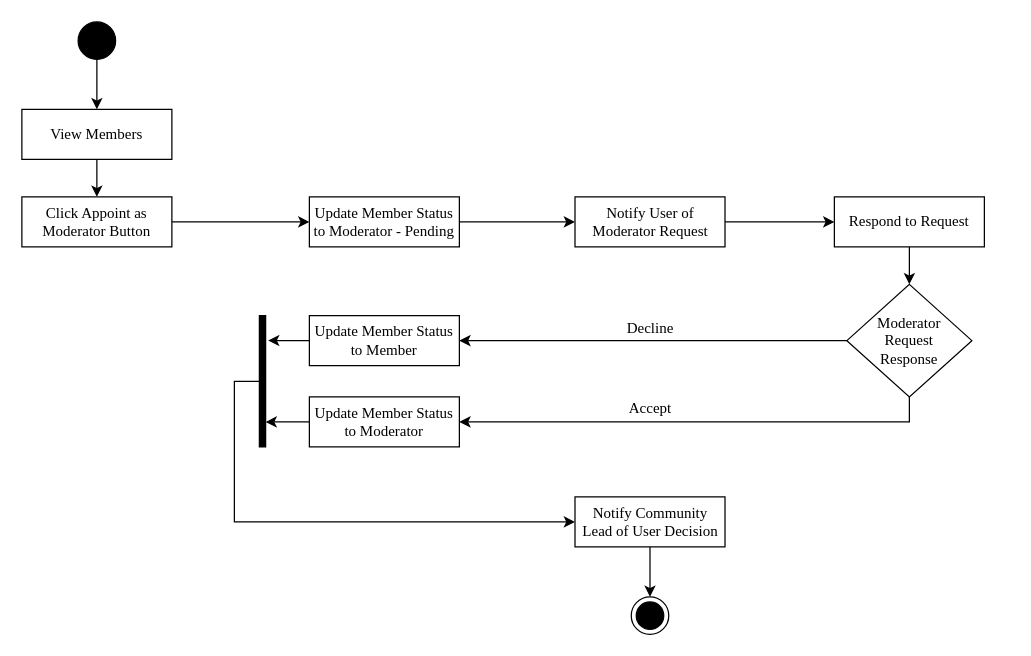
Above: page "ModeratorRequest" (6 of 13) of ConnexUs_Chap3.drawio in gvillanueva01/ConnexUs_diagrams (draw.io), before the change. Source tidied: cells renumbered, new cells numbered last; positions are measured from the earlier drawing's top-left corner, leaving out a move shared by most shapes. Both pictures are drawn from the tidied source at 125%, with x=0, y=0 at pixel (21, 21).
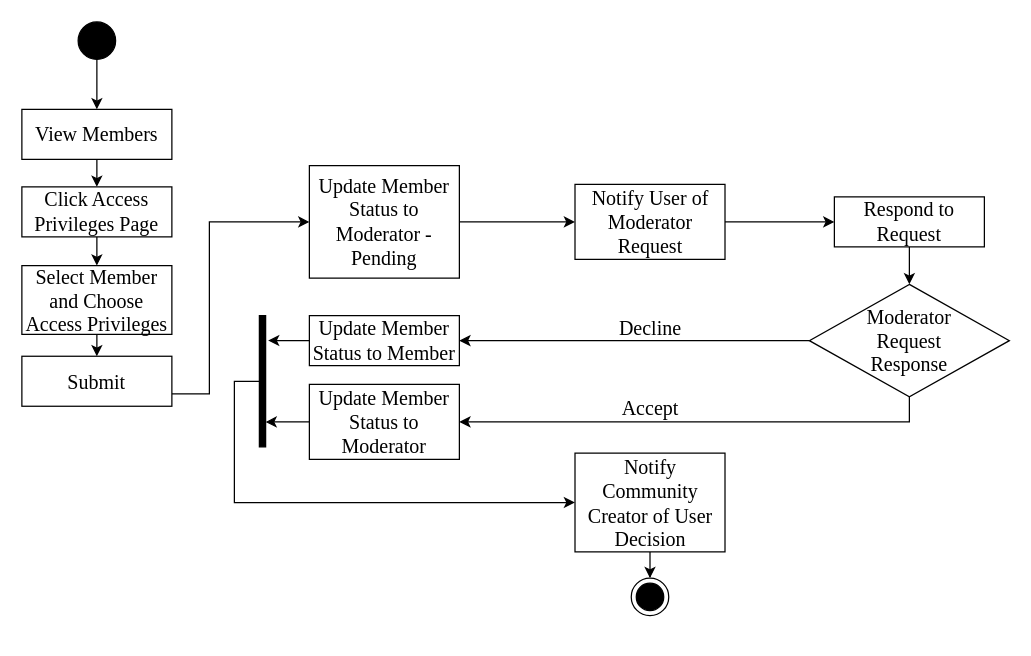
Above is the later version.

Change to the diagram source:
```diff
@@
-    <mxCell id="2" style="edgeStyle=orthogonalEdgeStyle;rounded=0;jettySize=auto;html=1;" parent="1" edge="1" source="3" target="5">
+    <mxCell id="2" style="edgeStyle=orthogonalEdgeStyle;rounded=0;jettySize=auto;html=1;fontSize=16;" parent="1" edge="1" source="3" target="5">
       <mxGeometry relative="1" as="geometry" />
     </mxCell>
-    <mxCell id="3" style="ellipse;fillColor=strokeColor;html=1;" parent="1" vertex="1">
+    <mxCell id="3" style="ellipse;fillColor=strokeColor;html=1;fontSize=16;" parent="1" vertex="1">
       <mxGeometry x="45" width="30" height="30" as="geometry" />
     </mxCell>
-    <mxCell id="4" style="edgeStyle=orthogonalEdgeStyle;rounded=0;jettySize=auto;html=1;" parent="1" edge="1" source="5" target="14">
+    <mxCell id="4" style="edgeStyle=orthogonalEdgeStyle;rounded=0;jettySize=auto;html=1;fontSize=16;" parent="1" edge="1" source="5" target="14">
       <mxGeometry relative="1" as="geometry" />
     </mxCell>
-    <mxCell id="5" value="View Members" style="rounded=0;whiteSpace=wrap;html=1;fontFamily=Times New Roman;" parent="1" vertex="1">
+    <mxCell id="5" value="View Members" style="rounded=0;whiteSpace=wrap;html=1;fontFamily=Times New Roman;fontSize=16;" parent="1" vertex="1">
       <mxGeometry y="70" width="120" height="40" as="geometry" />
     </mxCell>
-    <mxCell id="6" style="edgeStyle=orthogonalEdgeStyle;rounded=0;jettySize=auto;html=1;entryX=1;entryY=0.5;entryDx=0;entryDy=0;" parent="1" edge="1" source="8" target="22">
+    <mxCell id="6" style="edgeStyle=orthogonalEdgeStyle;rounded=0;jettySize=auto;html=1;entryX=1;entryY=0.5;entryDx=0;entryDy=0;fontSize=16;" parent="1" edge="1" source="8" target="22">
       <mxGeometry relative="1" as="geometry" />
     </mxCell>
-    <mxCell id="7" style="edgeStyle=orthogonalEdgeStyle;rounded=0;jettySize=auto;html=1;" parent="1" edge="1" source="8" target="24">
+    <mxCell id="7" style="edgeStyle=orthogonalEdgeStyle;rounded=0;jettySize=auto;html=1;fontSize=16;" parent="1" edge="1" source="8" target="24">
       <mxGeometry relative="1" as="geometry">
         <Array as="points">
           <mxPoint x="710" y="320" />
         </Array>
       </mxGeometry>
     </mxCell>
-    <mxCell id="8" value="&lt;font face=&quot;Times New Roman&quot;&gt;Moderator&lt;br&gt;Request&lt;br&gt;Response&lt;/font&gt;" style="shape=rhombus;html=1;dashed=0;whiteSpace=wrap;perimeter=rhombusPerimeter;" parent="1" vertex="1">
-      <mxGeometry x="660" y="210" width="100" height="90" as="geometry" />
+    <mxCell id="8" value="&lt;font face=&quot;Times New Roman&quot; style=&quot;font-size: 16px;&quot;&gt;Moderator&lt;br style=&quot;font-size: 16px;&quot;&gt;Request&lt;br style=&quot;font-size: 16px;&quot;&gt;Response&lt;/font&gt;" style="shape=rhombus;html=1;dashed=0;whiteSpace=wrap;perimeter=rhombusPerimeter;fontSize=16;" parent="1" vertex="1">
+      <mxGeometry x="630" y="210" width="160" height="90" as="geometry" />
     </mxCell>
-    <mxCell id="9" style="edgeStyle=orthogonalEdgeStyle;rounded=0;jettySize=auto;html=1;entryX=0;entryY=0.5;entryDx=0;entryDy=0;" parent="1" edge="1" source="10" target="26">
+    <mxCell id="9" style="edgeStyle=orthogonalEdgeStyle;rounded=0;jettySize=auto;html=1;entryX=0;entryY=0.5;entryDx=0;entryDy=0;fontSize=16;" parent="1" edge="1" source="10" target="26">
       <mxGeometry relative="1" as="geometry">
         <Array as="points">
           <mxPoint x="170" y="288" />
-          <mxPoint x="170" y="400" />
+          <mxPoint x="170" y="385" />
         </Array>
       </mxGeometry>
     </mxCell>
-    <mxCell id="10" style="html=1;points=[];perimeter=orthogonalPerimeter;fillColor=strokeColor;" parent="1" vertex="1">
+    <mxCell id="10" style="html=1;points=[];perimeter=orthogonalPerimeter;fillColor=strokeColor;fontSize=16;" parent="1" vertex="1">
       <mxGeometry x="190" y="235" width="5" height="105" as="geometry" />
     </mxCell>
-    <mxCell id="11" style="ellipse;html=1;shape=endState;fillColor=strokeColor;" parent="1" vertex="1">
-      <mxGeometry x="487.5" y="460" width="30" height="30" as="geometry" />
+    <mxCell id="11" style="ellipse;html=1;shape=endState;fillColor=strokeColor;fontSize=16;" parent="1" vertex="1">
+      <mxGeometry x="487.5" y="445" width="30" height="30" as="geometry" />
     </mxCell>
-    <mxCell id="12" value="Decline" style="text;html=1;strokeColor=none;fillColor=none;align=center;verticalAlign=middle;whiteSpace=wrap;rounded=0;fontFamily=Times New Roman;" parent="1" vertex="1">
+    <mxCell id="12" value="Decline" style="text;html=1;strokeColor=none;fillColor=none;align=center;verticalAlign=middle;whiteSpace=wrap;rounded=0;fontFamily=Times New Roman;fontSize=16;" parent="1" vertex="1">
       <mxGeometry x="472.5" y="230" width="60" height="30" as="geometry" />
     </mxCell>
-    <mxCell id="13" style="edgeStyle=orthogonalEdgeStyle;rounded=0;jettySize=auto;html=1;" parent="1" edge="1" source="14" target="16">
-      <mxGeometry relative="1" as="geometry" />
+    <mxCell id="13" style="edgeStyle=orthogonalEdgeStyle;rounded=0;jettySize=auto;html=1;fontSize=16;exitX=1;exitY=0.75;exitDx=0;exitDy=0;" parent="1" edge="1" source="31" target="16">
+      <mxGeometry relative="1" as="geometry">
+        <Array as="points">
+          <mxPoint x="150" y="298" />
+          <mxPoint x="150" y="160" />
+        </Array>
+      </mxGeometry>
     </mxCell>
+    <mxCell id="28" style="edgeStyle=orthogonalEdgeStyle;rounded=0;jettySize=auto;html=1;exitX=0.5;exitY=1;exitDx=0;exitDy=0;entryX=0.5;entryY=0;entryDx=0;entryDy=0;" parent="1" edge="1" source="14" target="30">
+      <mxGeometry relative="1" as="geometry" />
+    </mxCell>
-    <mxCell id="14" value="Click Appoint as Moderator Button" style="rounded=0;whiteSpace=wrap;html=1;fontFamily=Times New Roman;" parent="1" vertex="1">
-      <mxGeometry y="140" width="120" height="40" as="geometry" />
+    <mxCell id="14" value="Click Access Privileges Page" style="rounded=0;whiteSpace=wrap;html=1;fontFamily=Times New Roman;fontSize=16;" parent="1" vertex="1">
+      <mxGeometry y="132" width="120" height="40" as="geometry" />
     </mxCell>
-    <mxCell id="15" style="edgeStyle=orthogonalEdgeStyle;rounded=0;jettySize=auto;html=1;" parent="1" edge="1" source="16" target="18">
+    <mxCell id="15" style="edgeStyle=orthogonalEdgeStyle;rounded=0;jettySize=auto;html=1;fontSize=16;" parent="1" edge="1" source="16" target="18">
       <mxGeometry relative="1" as="geometry" />
     </mxCell>
-    <mxCell id="16" value="Update Member Status to Moderator - Pending" style="rounded=0;whiteSpace=wrap;html=1;fontFamily=Times New Roman;" parent="1" vertex="1">
-      <mxGeometry x="230" y="140" width="120" height="40" as="geometry" />
+    <mxCell id="16" value="Update Member Status to Moderator - Pending" style="rounded=0;whiteSpace=wrap;html=1;fontFamily=Times New Roman;fontSize=16;" parent="1" vertex="1">
+      <mxGeometry x="230" y="115" width="120" height="90" as="geometry" />
     </mxCell>
-    <mxCell id="17" style="edgeStyle=orthogonalEdgeStyle;rounded=0;jettySize=auto;html=1;entryX=0;entryY=0.5;entryDx=0;entryDy=0;" parent="1" edge="1" source="18" target="20">
+    <mxCell id="17" style="edgeStyle=orthogonalEdgeStyle;rounded=0;jettySize=auto;html=1;entryX=0;entryY=0.5;entryDx=0;entryDy=0;fontSize=16;" parent="1" edge="1" source="18" target="20">
       <mxGeometry relative="1" as="geometry" />
     </mxCell>
-    <mxCell id="18" value="Notify User of Moderator Request" style="rounded=0;whiteSpace=wrap;html=1;fontFamily=Times New Roman;" parent="1" vertex="1">
-      <mxGeometry x="442.5" y="140" width="120" height="40" as="geometry" />
+    <mxCell id="18" value="Notify User of Moderator Request" style="rounded=0;whiteSpace=wrap;html=1;fontFamily=Times New Roman;fontSize=16;" parent="1" vertex="1">
+      <mxGeometry x="442.5" y="130" width="120" height="60" as="geometry" />
     </mxCell>
-    <mxCell id="19" style="edgeStyle=orthogonalEdgeStyle;rounded=0;jettySize=auto;html=1;entryX=0.5;entryY=0;entryDx=0;entryDy=0;" parent="1" edge="1" source="20" target="8">
+    <mxCell id="19" style="edgeStyle=orthogonalEdgeStyle;rounded=0;jettySize=auto;html=1;entryX=0.5;entryY=0;entryDx=0;entryDy=0;fontSize=16;" parent="1" edge="1" source="20" target="8">
       <mxGeometry relative="1" as="geometry" />
     </mxCell>
-    <mxCell id="20" value="Respond to Request" style="rounded=0;whiteSpace=wrap;html=1;fontFamily=Times New Roman;" parent="1" vertex="1">
+    <mxCell id="20" value="Respond to Request" style="rounded=0;whiteSpace=wrap;html=1;fontFamily=Times New Roman;fontSize=16;" parent="1" vertex="1">
       <mxGeometry x="650" y="140" width="120" height="40" as="geometry" />
     </mxCell>
-    <mxCell id="21" style="edgeStyle=orthogonalEdgeStyle;rounded=0;jettySize=auto;html=1;entryX=1.4;entryY=0.19;entryDx=0;entryDy=0;entryPerimeter=0;" parent="1" edge="1" source="22" target="10">
+    <mxCell id="21" style="edgeStyle=orthogonalEdgeStyle;rounded=0;jettySize=auto;html=1;entryX=1.4;entryY=0.19;entryDx=0;entryDy=0;entryPerimeter=0;fontSize=16;" parent="1" edge="1" source="22" target="10">
       <mxGeometry relative="1" as="geometry" />
     </mxCell>
-    <mxCell id="22" value="Update Member Status to Member" style="rounded=0;whiteSpace=wrap;html=1;fontFamily=Times New Roman;" parent="1" vertex="1">
+    <mxCell id="22" value="Update Member Status to Member" style="rounded=0;whiteSpace=wrap;html=1;fontFamily=Times New Roman;fontSize=16;" parent="1" vertex="1">
       <mxGeometry x="230" y="235" width="120" height="40" as="geometry" />
     </mxCell>
-    <mxCell id="23" style="edgeStyle=orthogonalEdgeStyle;rounded=0;jettySize=auto;html=1;entryX=1;entryY=0.81;entryDx=0;entryDy=0;entryPerimeter=0;" parent="1" edge="1" source="24" target="10">
+    <mxCell id="23" style="edgeStyle=orthogonalEdgeStyle;rounded=0;jettySize=auto;html=1;entryX=1;entryY=0.81;entryDx=0;entryDy=0;entryPerimeter=0;fontSize=16;" parent="1" edge="1" source="24" target="10">
       <mxGeometry relative="1" as="geometry" />
     </mxCell>
-    <mxCell id="24" value="Update Member Status to Moderator" style="rounded=0;whiteSpace=wrap;html=1;fontFamily=Times New Roman;" parent="1" vertex="1">
-      <mxGeometry x="230" y="300" width="120" height="40" as="geometry" />
+    <mxCell id="24" value="Update Member Status to Moderator" style="rounded=0;whiteSpace=wrap;html=1;fontFamily=Times New Roman;fontSize=16;" parent="1" vertex="1">
+      <mxGeometry x="230" y="290" width="120" height="60" as="geometry" />
     </mxCell>
-    <mxCell id="25" style="edgeStyle=orthogonalEdgeStyle;rounded=0;jettySize=auto;html=1;entryX=0.5;entryY=0;entryDx=0;entryDy=0;" parent="1" edge="1" source="26" target="11">
+    <mxCell id="25" style="edgeStyle=orthogonalEdgeStyle;rounded=0;jettySize=auto;html=1;entryX=0.5;entryY=0;entryDx=0;entryDy=0;fontSize=16;" parent="1" edge="1" source="26" target="11">
       <mxGeometry relative="1" as="geometry" />
     </mxCell>
-    <mxCell id="26" value="Notify Community Lead of User Decision" style="rounded=0;whiteSpace=wrap;html=1;fontFamily=Times New Roman;" parent="1" vertex="1">
-      <mxGeometry x="442.5" y="380" width="120" height="40" as="geometry" />
+    <mxCell id="26" value="Notify Community Creator of User Decision" style="rounded=0;whiteSpace=wrap;html=1;fontFamily=Times New Roman;fontSize=16;" parent="1" vertex="1">
+      <mxGeometry x="442.5" y="345" width="120" height="79" as="geometry" />
     </mxCell>
-    <mxCell id="27" value="Accept" style="text;html=1;strokeColor=none;fillColor=none;align=center;verticalAlign=middle;whiteSpace=wrap;rounded=0;fontFamily=Times New Roman;" parent="1" vertex="1">
+    <mxCell id="27" value="Accept" style="text;html=1;strokeColor=none;fillColor=none;align=center;verticalAlign=middle;whiteSpace=wrap;rounded=0;fontFamily=Times New Roman;fontSize=16;" parent="1" vertex="1">
       <mxGeometry x="472.5" y="294" width="60" height="30" as="geometry" />
     </mxCell>
+    <mxCell id="29" style="edgeStyle=orthogonalEdgeStyle;rounded=0;jettySize=auto;html=1;exitX=0.5;exitY=1;exitDx=0;exitDy=0;entryX=0.5;entryY=0;entryDx=0;entryDy=0;" parent="1" edge="1" source="30" target="31">
+      <mxGeometry relative="1" as="geometry" />
+    </mxCell>
+    <mxCell id="30" value="Select Member and Choose Access Privileges" style="rounded=0;whiteSpace=wrap;html=1;fontFamily=Times New Roman;fontSize=16;" parent="1" vertex="1">
+      <mxGeometry y="195" width="120" height="55" as="geometry" />
+    </mxCell>
+    <mxCell id="31" value="Submit" style="rounded=0;whiteSpace=wrap;html=1;fontFamily=Times New Roman;fontSize=16;" parent="1" vertex="1">
+      <mxGeometry y="267.5" width="120" height="40" as="geometry" />
+    </mxCell>
```
